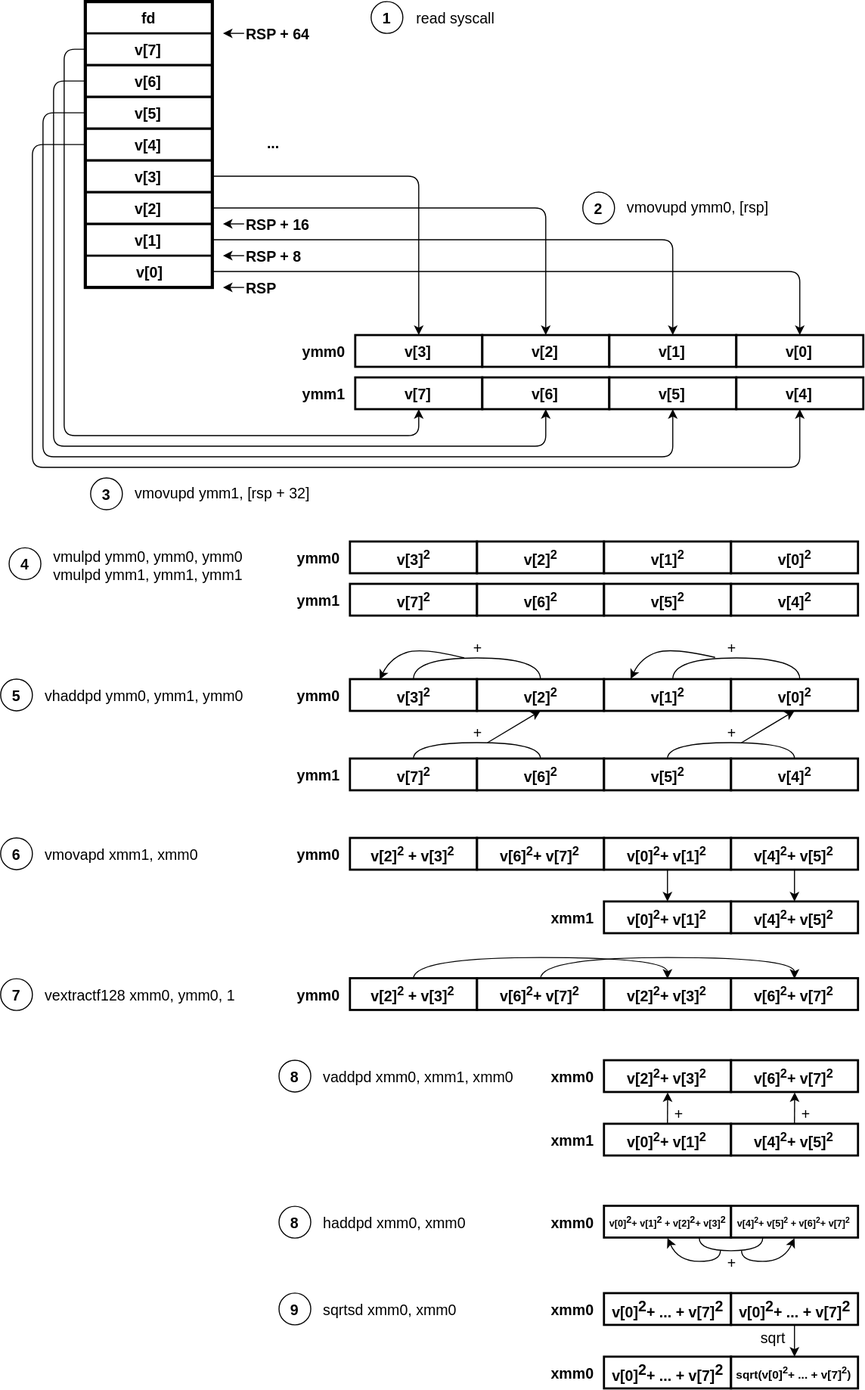
Earlier version of the draw.io export static/images/nasm_prac3_1.svg (still-coding/labs). Source tidied: cells renumbered, new cells last; positions are measured from the earlier drawing's top-left corner, leaving out a move shared by most shapes.
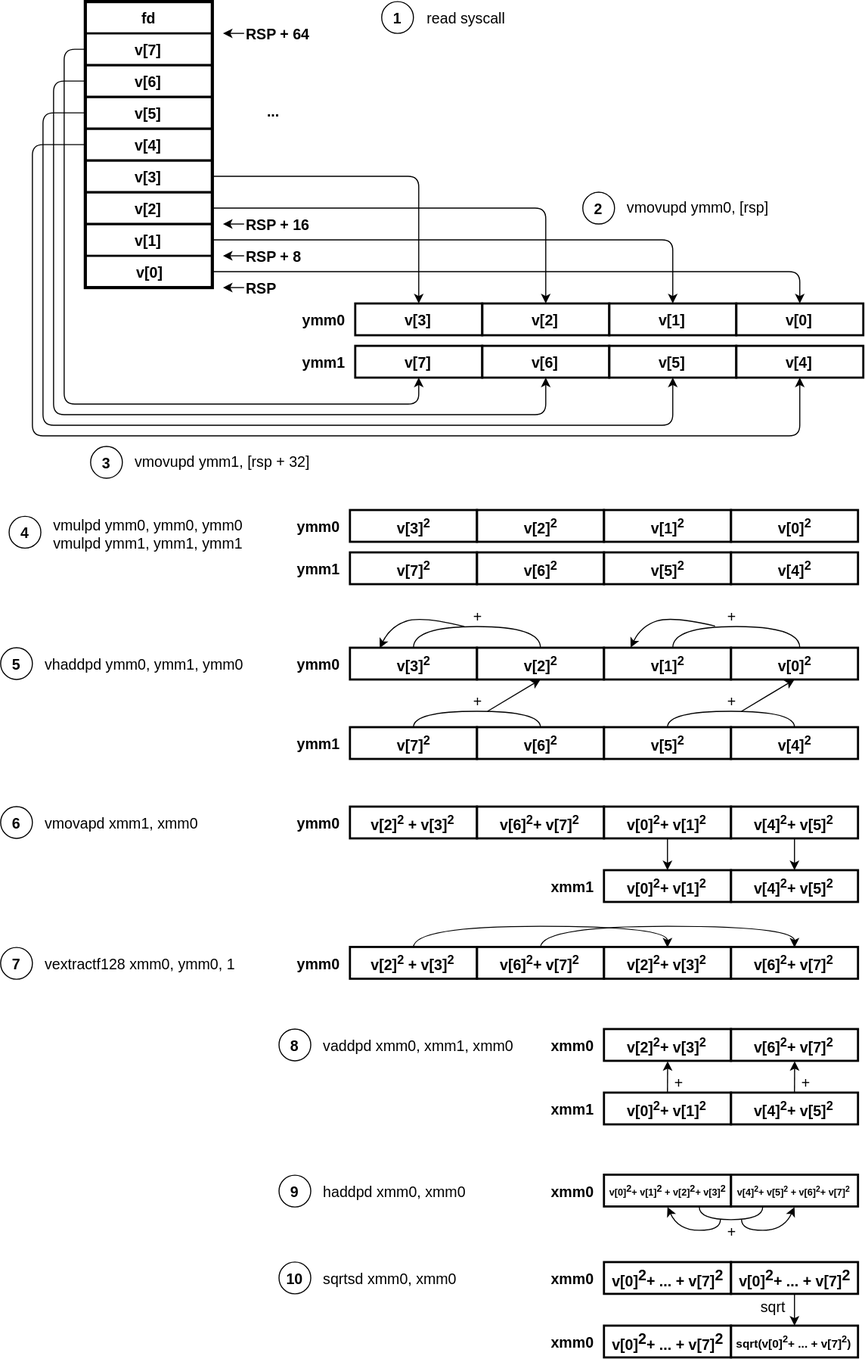
Above is the later version.

Commit message:
nasm prac3 fix & ssw_pm lab5

Diff of the diagram source:
```diff
@@ -3,123 +3,123 @@
     <mxCell id="0" />
     <mxCell id="1" parent="0" />
     <mxCell id="2" style="rounded=0;whiteSpace=wrap;html=1;fillColor=none;strokeWidth=3;fontSize=14;" parent="1" vertex="1">
-      <mxGeometry x="80" width="120" height="270" as="geometry" />
+      <mxGeometry x="80" y="30" width="120" height="270" as="geometry" />
     </mxCell>
-    <mxCell id="3" style="edgeStyle=orthogonalEdgeStyle;rounded=1;html=1;exitX=0;exitY=0.5;entryX=0.5;entryY=1;jettySize=auto;fontFamily=Courier New;fontSize=14;" parent="1" edge="1" source="4" target="38">
+    <mxCell id="3" style="edgeStyle=orthogonalEdgeStyle;rounded=1;html=1;entryX=0.5;entryY=1;jettySize=auto;fontFamily=Courier New;fontSize=14;exitX=0;exitY=0.5;" parent="1" edge="1" source="4" target="38">
       <mxGeometry relative="1" as="geometry">
         <Array as="points">
-          <mxPoint x="60" y="45" />
+          <mxPoint x="60" y="75" />
           <mxPoint x="60" y="410" />
           <mxPoint x="395" y="410" />
         </Array>
       </mxGeometry>
     </mxCell>
     <mxCell id="4" value="v[7]" style="rounded=0;whiteSpace=wrap;html=1;fillColor=none;strokeWidth=2;fontStyle=1;fontSize=14;" parent="1" vertex="1">
-      <mxGeometry x="80" y="30" width="120" height="30" as="geometry" />
+      <mxGeometry x="80" y="60" width="120" height="30" as="geometry" />
     </mxCell>
     <mxCell id="5" style="edgeStyle=orthogonalEdgeStyle;rounded=1;html=1;exitX=0;exitY=0.5;entryX=0.5;entryY=1;jettySize=auto;fontFamily=Courier New;fontSize=14;" parent="1" edge="1" source="6" target="40">
       <mxGeometry relative="1" as="geometry">
         <Array as="points">
-          <mxPoint x="40" y="105" />
+          <mxPoint x="40" y="135" />
           <mxPoint x="40" y="430" />
           <mxPoint x="635" y="430" />
         </Array>
       </mxGeometry>
     </mxCell>
     <mxCell id="6" value="v[5]" style="rounded=0;whiteSpace=wrap;html=1;fillColor=none;strokeWidth=2;fontStyle=1;fontSize=14;" parent="1" vertex="1">
-      <mxGeometry x="80" y="90" width="120" height="30" as="geometry" />
+      <mxGeometry x="80" y="120" width="120" height="30" as="geometry" />
     </mxCell>
     <mxCell id="7" style="edgeStyle=orthogonalEdgeStyle;rounded=1;html=1;exitX=0;exitY=0.5;entryX=0.5;entryY=1;jettySize=auto;fontFamily=Courier New;fontSize=14;" parent="1" edge="1" source="8" target="39">
       <mxGeometry relative="1" as="geometry">
         <Array as="points">
-          <mxPoint x="50" y="75" />
+          <mxPoint x="50" y="105" />
           <mxPoint x="50" y="420" />
           <mxPoint x="515" y="420" />
         </Array>
       </mxGeometry>
     </mxCell>
     <mxCell id="8" value="v[6]" style="rounded=0;whiteSpace=wrap;html=1;fillColor=none;strokeWidth=2;fontStyle=1;fontSize=14;" parent="1" vertex="1">
-      <mxGeometry x="80" y="60" width="120" height="30" as="geometry" />
+      <mxGeometry x="80" y="90" width="120" height="30" as="geometry" />
     </mxCell>
     <mxCell id="9" style="edgeStyle=orthogonalEdgeStyle;rounded=1;html=1;exitX=1;exitY=0.5;entryX=0.5;entryY=0;jettySize=auto;fontSize=14;" parent="1" edge="1" source="10" target="31">
       <mxGeometry relative="1" as="geometry" />
     </mxCell>
     <mxCell id="10" value="v[3]" style="rounded=0;whiteSpace=wrap;html=1;fillColor=none;strokeWidth=2;fontStyle=1;fontSize=14;" parent="1" vertex="1">
-      <mxGeometry x="80" y="150" width="120" height="30" as="geometry" />
+      <mxGeometry x="80" y="180" width="120" height="30" as="geometry" />
     </mxCell>
     <mxCell id="11" style="edgeStyle=orthogonalEdgeStyle;rounded=1;html=1;exitX=0;exitY=0.5;entryX=0.5;entryY=1;jettySize=auto;fontFamily=Courier New;fontSize=14;" parent="1" edge="1" source="12" target="41">
       <mxGeometry relative="1" as="geometry">
         <Array as="points">
-          <mxPoint x="30" y="135" />
+          <mxPoint x="30" y="165" />
           <mxPoint x="30" y="440" />
           <mxPoint x="755" y="440" />
         </Array>
       </mxGeometry>
     </mxCell>
     <mxCell id="12" value="v[4]" style="rounded=0;whiteSpace=wrap;html=1;fillColor=none;strokeWidth=2;fontStyle=1;fontSize=14;" parent="1" vertex="1">
-      <mxGeometry x="80" y="120" width="120" height="30" as="geometry" />
+      <mxGeometry x="80" y="150" width="120" height="30" as="geometry" />
     </mxCell>
     <mxCell id="13" style="edgeStyle=orthogonalEdgeStyle;rounded=1;html=1;exitX=1;exitY=0.5;entryX=0.5;entryY=0;jettySize=auto;fontSize=14;" parent="1" edge="1" source="14" target="33">
       <mxGeometry relative="1" as="geometry" />
     </mxCell>
     <mxCell id="14" value="v[1]" style="rounded=0;whiteSpace=wrap;html=1;fillColor=none;strokeWidth=2;fontStyle=1;fontSize=14;" parent="1" vertex="1">
-      <mxGeometry x="80" y="210" width="120" height="30" as="geometry" />
+      <mxGeometry x="80" y="240" width="120" height="30" as="geometry" />
     </mxCell>
     <mxCell id="15" style="edgeStyle=orthogonalEdgeStyle;rounded=1;html=1;exitX=1;exitY=0.5;entryX=0.5;entryY=0;jettySize=auto;fontSize=14;" parent="1" edge="1" source="16" target="32">
       <mxGeometry relative="1" as="geometry" />
     </mxCell>
     <mxCell id="16" value="v[2]" style="rounded=0;whiteSpace=wrap;html=1;fillColor=none;strokeWidth=2;fontStyle=1;fontSize=14;" parent="1" vertex="1">
-      <mxGeometry x="80" y="180" width="120" height="30" as="geometry" />
+      <mxGeometry x="80" y="210" width="120" height="30" as="geometry" />
     </mxCell>
     <mxCell id="17" value="&lt;b style=&quot;font-size: 14px;&quot;&gt;fd&lt;/b&gt;" style="rounded=0;whiteSpace=wrap;html=1;fillColor=none;strokeWidth=2;strokeColor=none;fontSize=14;" parent="1" vertex="1">
-      <mxGeometry x="80" width="120" height="30" as="geometry" />
+      <mxGeometry x="80" y="30" width="120" height="30" as="geometry" />
     </mxCell>
     <mxCell id="18" style="edgeStyle=orthogonalEdgeStyle;html=1;exitX=1;exitY=0.5;entryX=0.5;entryY=0;jettySize=auto;fontSize=14;rounded=1;" parent="1" edge="1" source="19" target="34">
       <mxGeometry relative="1" as="geometry" />
     </mxCell>
     <mxCell id="19" value="v[0]" style="rounded=0;whiteSpace=wrap;html=1;fillColor=none;strokeWidth=2;strokeColor=none;fontStyle=1;fontSize=14;" parent="1" vertex="1">
-      <mxGeometry x="80" y="240" width="120" height="30" as="geometry" />
+      <mxGeometry x="80" y="270" width="120" height="30" as="geometry" />
     </mxCell>
     <mxCell id="20" style="endArrow=classic;html=1;fontSize=14;exitX=0;exitY=0.5;" parent="1" edge="1" source="21">
       <mxGeometry relative="1" as="geometry">
-        <mxPoint x="210" y="270" as="targetPoint" />
+        <mxPoint x="210" y="300" as="targetPoint" />
       </mxGeometry>
     </mxCell>
     <mxCell id="21" value="RSP" style="text;html=1;strokeColor=none;fillColor=none;align=left;verticalAlign=middle;whiteSpace=wrap;rounded=0;fontSize=14;fontStyle=1;" parent="1" vertex="1">
-      <mxGeometry x="230" y="260" width="40" height="20" as="geometry" />
+      <mxGeometry x="230" y="290" width="40" height="20" as="geometry" />
     </mxCell>
     <mxCell id="22" style="endArrow=classic;html=1;fontSize=14;entryX=1.025;entryY=1;entryPerimeter=0;exitX=0;exitY=0.5;" parent="1" edge="1" source="23">
       <mxGeometry relative="1" as="geometry">
-        <mxPoint x="210" y="240" as="targetPoint" />
+        <mxPoint x="210" y="270" as="targetPoint" />
       </mxGeometry>
     </mxCell>
     <mxCell id="23" value="RSP + 8" style="text;html=1;strokeColor=none;fillColor=none;align=left;verticalAlign=middle;whiteSpace=wrap;rounded=0;fontSize=14;fontStyle=1;" parent="1" vertex="1">
-      <mxGeometry x="230" y="230" width="70" height="20" as="geometry" />
+      <mxGeometry x="230" y="260" width="70" height="20" as="geometry" />
     </mxCell>
     <mxCell id="24" style="endArrow=classic;html=1;fontSize=14;entryX=1.025;entryY=1;entryPerimeter=0;exitX=0;exitY=0.5;" parent="1" edge="1" source="25">
       <mxGeometry relative="1" as="geometry">
-        <mxPoint x="210" y="210" as="targetPoint" />
+        <mxPoint x="210" y="240" as="targetPoint" />
       </mxGeometry>
     </mxCell>
     <mxCell id="25" value="RSP + 16" style="text;html=1;strokeColor=none;fillColor=none;align=left;verticalAlign=middle;whiteSpace=wrap;rounded=0;fontSize=14;fontStyle=1;" parent="1" vertex="1">
-      <mxGeometry x="230" y="200" width="70" height="20" as="geometry" />
+      <mxGeometry x="230" y="230" width="70" height="20" as="geometry" />
     </mxCell>
     <mxCell id="26" value="..." style="text;html=1;strokeColor=none;fillColor=none;align=left;verticalAlign=middle;whiteSpace=wrap;rounded=0;fontSize=14;fontStyle=1;" parent="1" vertex="1">
       <mxGeometry x="250" y="120" width="70" height="25" as="geometry" />
     </mxCell>
     <mxCell id="27" style="endArrow=classic;html=1;fontSize=14;entryX=1.025;entryY=1;entryPerimeter=0;exitX=0;exitY=0.5;" parent="1" edge="1" source="28">
       <mxGeometry relative="1" as="geometry">
-        <mxPoint x="210" y="30" as="targetPoint" />
+        <mxPoint x="210" y="60" as="targetPoint" />
       </mxGeometry>
     </mxCell>
     <mxCell id="28" value="RSP + 64" style="text;html=1;strokeColor=none;fillColor=none;align=left;verticalAlign=middle;whiteSpace=wrap;rounded=0;fontSize=14;fontStyle=1;" parent="1" vertex="1">
-      <mxGeometry x="230" y="20" width="70" height="20" as="geometry" />
+      <mxGeometry x="230" y="50" width="70" height="20" as="geometry" />
     </mxCell>
     <mxCell id="29" value="&lt;div style=&quot;text-align: center&quot;&gt;&lt;span&gt;1&lt;/span&gt;&lt;/div&gt;" style="ellipse;whiteSpace=wrap;html=1;strokeWidth=1;fillColor=none;fontSize=14;align=center;fontStyle=1;" parent="1" vertex="1">
-      <mxGeometry x="350" width="30" height="30" as="geometry" />
+      <mxGeometry x="360" y="30" width="30" height="30" as="geometry" />
     </mxCell>
     <mxCell id="30" value="&lt;div style=&quot;text-align: center&quot;&gt;&lt;span&gt;2&lt;/span&gt;&lt;/div&gt;" style="ellipse;whiteSpace=wrap;html=1;strokeWidth=1;fillColor=none;fontSize=14;align=center;fontStyle=1;" parent="1" vertex="1">
-      <mxGeometry x="550" y="180" width="30" height="30" as="geometry" />
+      <mxGeometry x="550" y="210" width="30" height="30" as="geometry" />
     </mxCell>
     <mxCell id="31" value="v[3]" style="rounded=0;whiteSpace=wrap;html=1;fillColor=none;strokeWidth=2;fontStyle=1;fontSize=14;" parent="1" vertex="1">
       <mxGeometry x="335" y="315" width="120" height="30" as="geometry" />
@@ -137,10 +137,10 @@
       <mxGeometry x="285" y="320" width="40" height="20" as="geometry" />
     </mxCell>
     <mxCell id="36" value="read syscall" style="text;html=1;strokeColor=none;fillColor=none;align=center;verticalAlign=middle;whiteSpace=wrap;rounded=0;fontSize=14;fontFamily=Helvetica;fontStyle=0;" parent="1" vertex="1">
-      <mxGeometry x="380" y="5" width="100" height="20" as="geometry" />
+      <mxGeometry x="390" y="35" width="100" height="20" as="geometry" />
     </mxCell>
     <mxCell id="37" value="vmovupd ymm0, [rsp]" style="text;html=1;fontSize=14;fontFamily=Helvetica;" parent="1" vertex="1">
-      <mxGeometry x="590" y="180" width="190" height="30" as="geometry" />
+      <mxGeometry x="590" y="210" width="190" height="30" as="geometry" />
     </mxCell>
     <mxCell id="38" value="v[7]" style="rounded=0;whiteSpace=wrap;html=1;fillColor=none;strokeWidth=2;fontStyle=1;fontSize=14;" parent="1" vertex="1">
       <mxGeometry x="335" y="355" width="120" height="30" as="geometry" />
@@ -431,7 +431,7 @@
     <mxCell id="117" value="&lt;b&gt;xmm0&lt;/b&gt;" style="text;html=1;strokeColor=none;fillColor=none;align=center;verticalAlign=middle;whiteSpace=wrap;rounded=0;fontSize=14;" parent="1" vertex="1">
       <mxGeometry x="520" y="1142.5" width="40" height="20" as="geometry" />
     </mxCell>
-    <mxCell id="118" value="&lt;div style=&quot;text-align: center&quot;&gt;8&lt;/div&gt;" style="ellipse;whiteSpace=wrap;html=1;strokeWidth=1;fillColor=none;fontSize=14;align=center;fontStyle=1;" parent="1" vertex="1">
+    <mxCell id="118" value="&lt;div style=&quot;text-align: center&quot;&gt;9&lt;/div&gt;" style="ellipse;whiteSpace=wrap;html=1;strokeWidth=1;fillColor=none;fontSize=14;align=center;fontStyle=1;" parent="1" vertex="1">
       <mxGeometry x="262.5" y="1137.5" width="30" height="30" as="geometry" />
     </mxCell>
     <mxCell id="119" value="haddpd xmm0, xmm0&lt;br&gt;" style="text;html=1;fontSize=14;fontFamily=Helvetica;" parent="1" vertex="1">
@@ -470,7 +470,7 @@
     <mxCell id="126" value="&lt;b&gt;xmm0&lt;/b&gt;" style="text;html=1;strokeColor=none;fillColor=none;align=center;verticalAlign=middle;whiteSpace=wrap;rounded=0;fontSize=14;" parent="1" vertex="1">
       <mxGeometry x="520" y="1225" width="40" height="20" as="geometry" />
     </mxCell>
-    <mxCell id="127" value="&lt;div style=&quot;text-align: center&quot;&gt;9&lt;/div&gt;" style="ellipse;whiteSpace=wrap;html=1;strokeWidth=1;fillColor=none;fontSize=14;align=center;fontStyle=1;" parent="1" vertex="1">
+    <mxCell id="127" value="&lt;div style=&quot;text-align: center&quot;&gt;10&lt;/div&gt;" style="ellipse;whiteSpace=wrap;html=1;strokeWidth=1;fillColor=none;fontSize=14;align=center;fontStyle=1;" parent="1" vertex="1">
       <mxGeometry x="262.5" y="1220" width="30" height="30" as="geometry" />
     </mxCell>
     <mxCell id="128" value="sqrtsd xmm0, xmm0&lt;br&gt;" style="text;html=1;fontSize=14;fontFamily=Helvetica;" parent="1" vertex="1">
```
